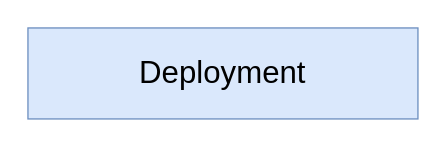
HappySuzuki/redux-code keeps this draw.io diagram as page "01 - deployment" (1 of 4) of diagrams/deploy/01.drawio. Above is the earlier version. Source tidied: cells renumbered, new cells numbered last; positions are measured from the earlier drawing's top-left corner, leaving out a move shared by most shapes. Both pictures are drawn from the tidied source at 130%, with x=0, y=0 at pixel (27, 27).
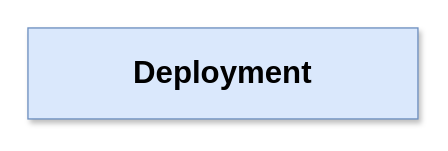
After the change.

Change to the diagram source:
```diff
@@
 <mxGraphModel>
   <root>
     <mxCell id="0" />
     <mxCell id="1" parent="0" />
-    <mxCell id="2" value="Deployment" style="rounded=0;whiteSpace=wrap;html=1;fillColor=#dae8fc;strokeColor=#6c8ebf;fontSize=24;" parent="1" vertex="1">
+    <mxCell id="2" value="Deployment" style="rounded=0;whiteSpace=wrap;html=1;fillColor=#dae8fc;strokeColor=#6c8ebf;fontSize=24;fontStyle=1;shadow=1;" parent="1" vertex="1">
       <mxGeometry width="300" height="70" as="geometry" />
     </mxCell>
   </root>
 </mxGraphModel>
```
